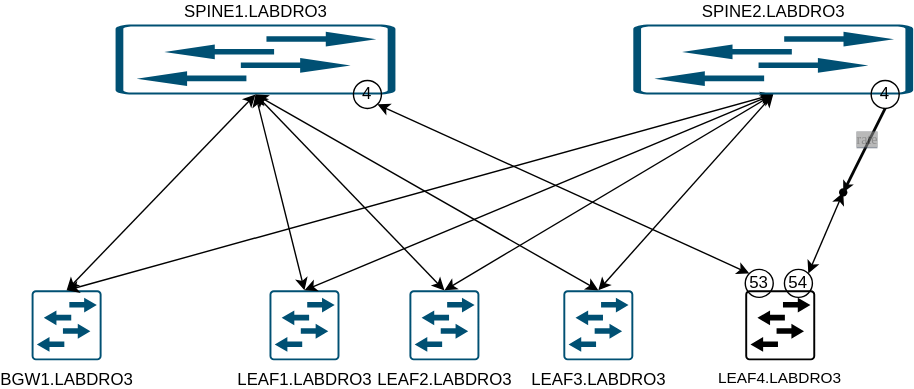
This is distri_lab.svg from thedenman/flow, a draw.io export, as it was before one commit. Source tidied: cells renumbered, new cells last; positions are measured from the earlier drawing's top-left corner, leaving out a move shared by most shapes.
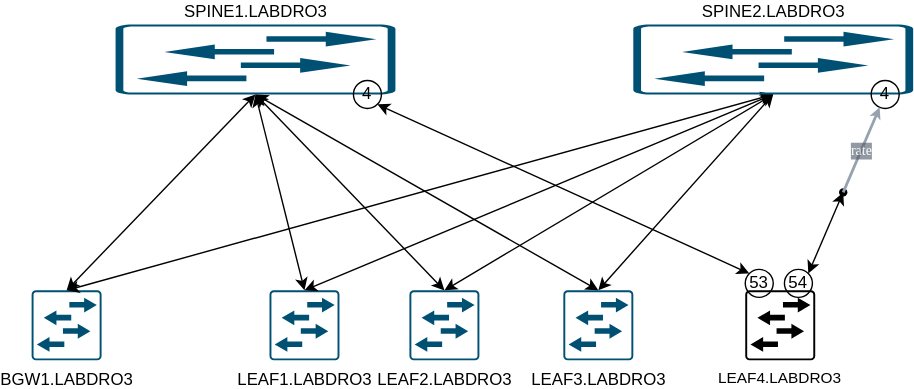
After the commit.

Change to the diagram source:
```diff
@@ -72,8 +72,8 @@
     <mxCell id="23" style="endArrow=classic;html=1;rounded=0;entryX=1;entryY=0;entryDx=0;entryDy=0;endFill=1;startArrow=classic;startFill=1;" parent="1" edge="1" source="22" target="16">
       <mxGeometry relative="1" as="geometry" />
     </mxCell>
-    <mxCell id="24" value="&lt;font color=&quot;#424242&quot; style=&quot;background-color: rgb(140, 140, 140);&quot;&gt;rate&lt;/font&gt;" style="rounded=0;html=1;startSize=6;endArrow=classic;endFill=1;endSize=2;fontSize=10;strokeColor=#040505;fontColor=#ffffff;textOpacity=60;labelBackgroundColor=#4D5766;jumpStyle=gap;strokeWidth=2;fontFamily=Google Sans;fontSource=https%3A%2F%2Ffonts.googleapis.com%2Fcss%3Ffamily%3DGoogle%2BSans;exitX=0.5;exitY=1;exitDx=0;exitDy=0;" parent="1" edge="1" source="20" target="22">
-      <mxGeometry x="-0.22" y="-2" relative="1" as="geometry" />
+    <mxCell id="24" value="rate" style="rounded=0;html=1;startSize=6;endArrow=classic;endFill=1;endSize=2;fontSize=10;strokeColor=#98A2AE;fontColor=#FFFFFF;textOpacity=60;labelBackgroundColor=#4D5766;jumpStyle=gap;strokeWidth=2;fontFamily=Google Sans;fontSource=https%3A%2F%2Ffonts.googleapis.com%2Fcss%3Ffamily%3DGoogle%2BSans;" parent="1" edge="1" source="22" target="20">
+      <mxGeometry relative="1" as="geometry" />
     </mxCell>
   </root>
 </mxGraphModel>
```
